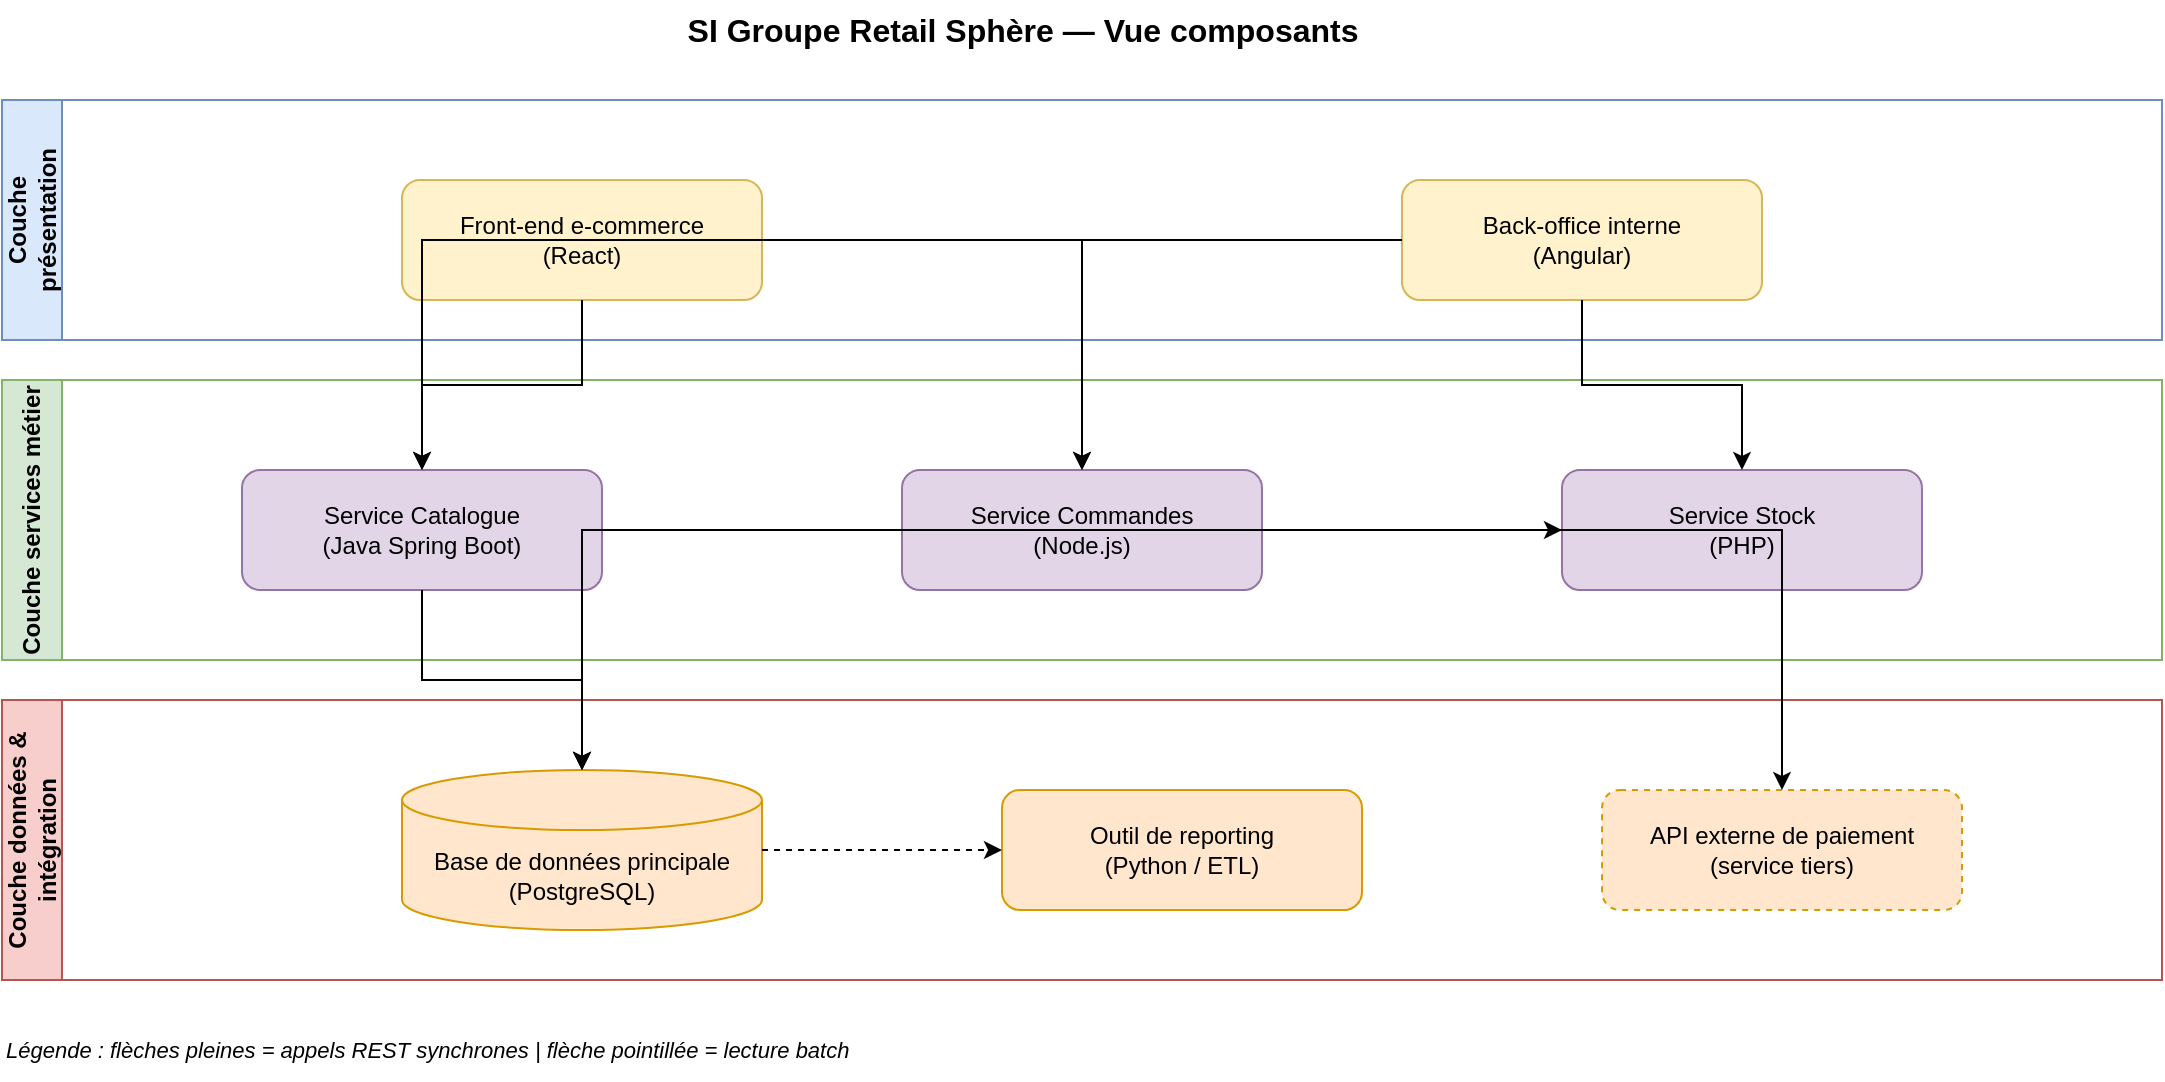
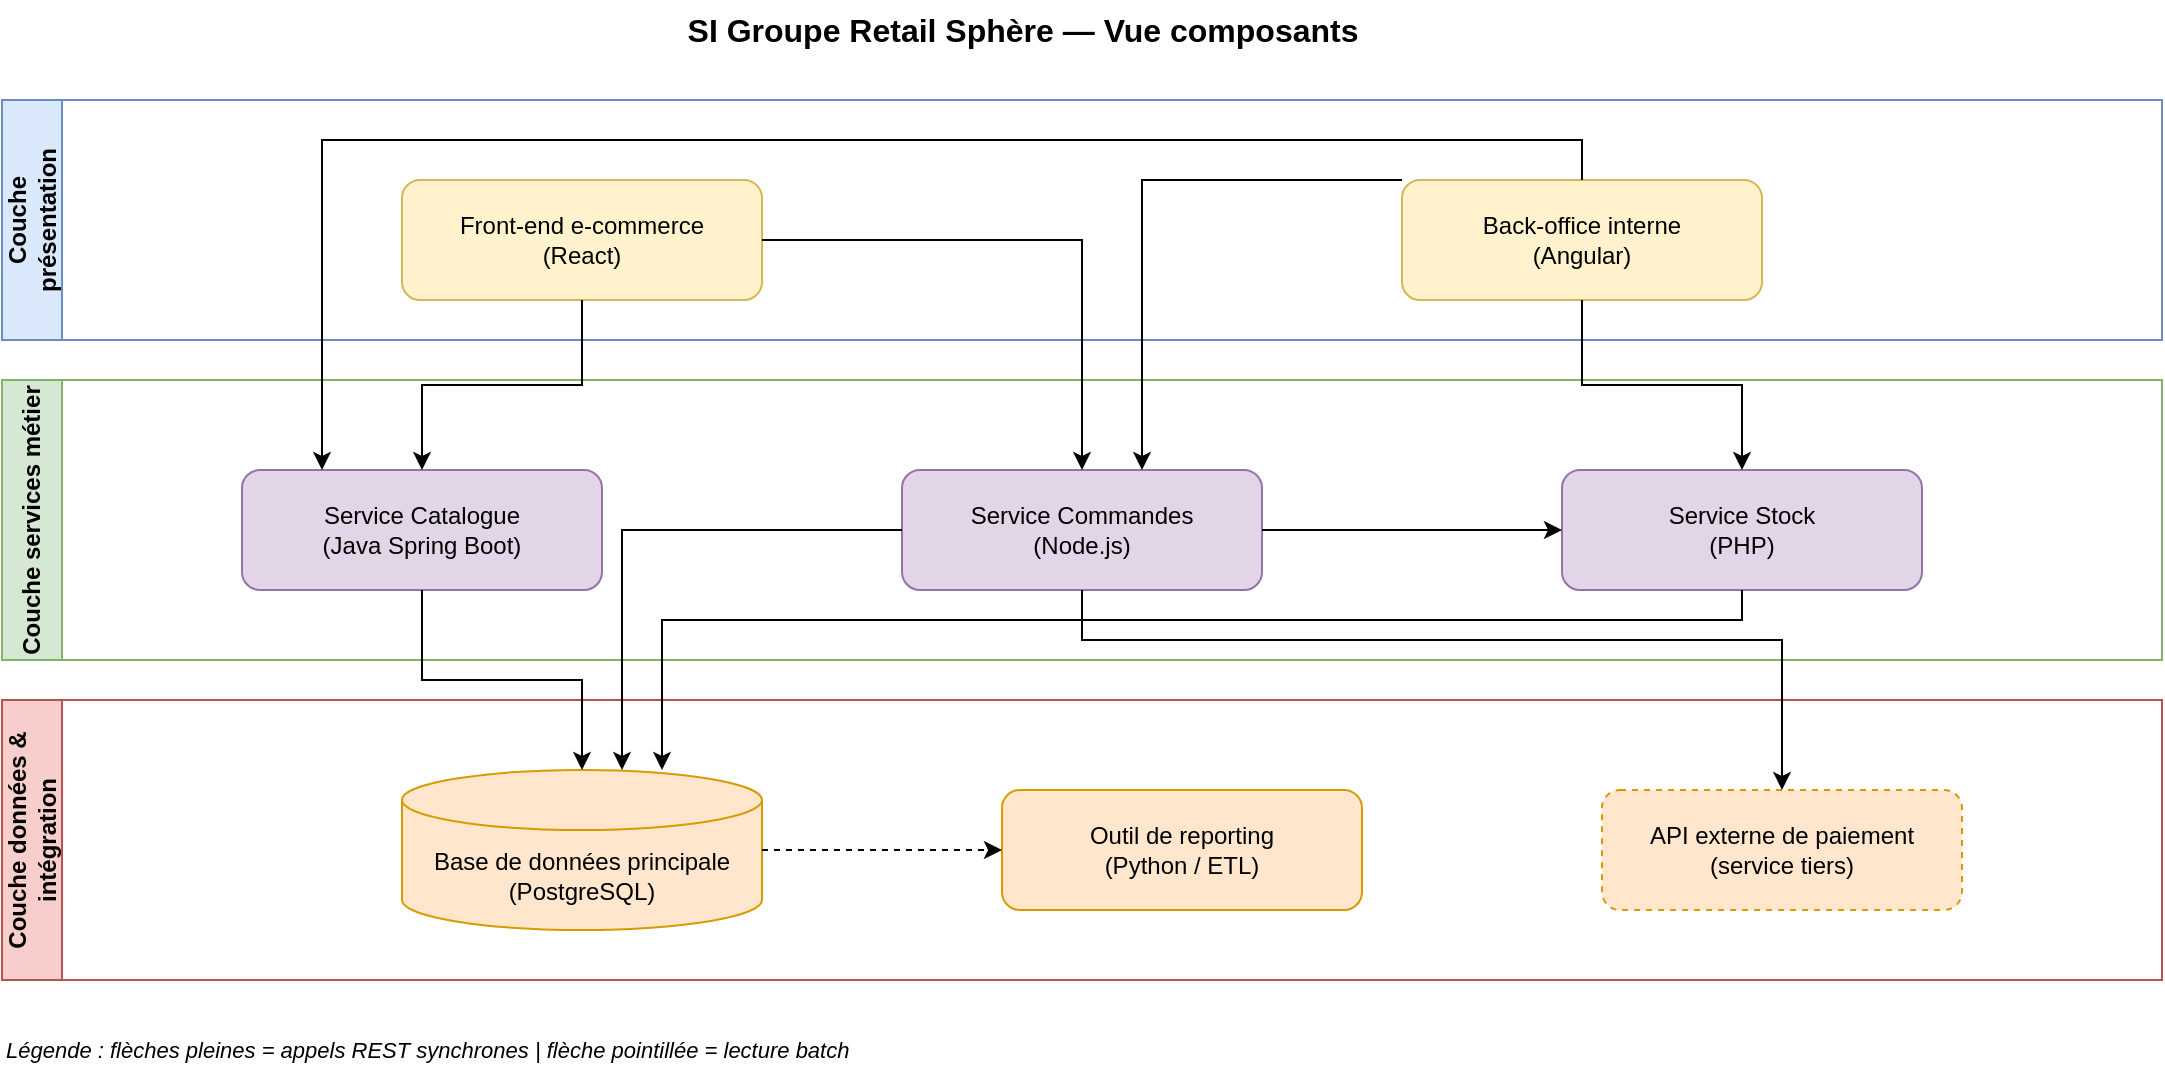
- <mxfile host="app.diagrams.net" agent="audit-si" version="22.1.0">
-   <diagram id="architecture-composants" name="Architecture composants">
-     <mxGraphModel dx="1200" dy="800" grid="1" gridSize="10" guides="1" tooltips="1" connect="1" arrows="1" fold="1" page="1" pageScale="1" pageWidth="1169" pageHeight="827" math="0" shadow="0">
-       <root>
-         <mxCell id="0"/>
-         <mxCell id="1" parent="0"/>
- 
-         <mxCell id="title" value="SI Groupe Retail Sphère — Vue composants" style="text;html=1;strokeColor=none;fillColor=none;align=center;verticalAlign=middle;fontSize=16;fontStyle=1" vertex="1" parent="1">
-           <mxGeometry x="300" y="20" width="500" height="30" as="geometry"/>
-         </mxCell>
- 
-         <mxCell id="layer-pres" value="Couche présentation" style="swimlane;horizontal=0;whiteSpace=wrap;html=1;fillColor=#dae8fc;strokeColor=#6c8ebf;fontStyle=1;startSize=30;" vertex="1" parent="1">
-           <mxGeometry x="40" y="70" width="1080" height="120" as="geometry"/>
-         </mxCell>
-         <mxCell id="frontend" value="Front-end e-commerce&#xa;(React)" style="rounded=1;whiteSpace=wrap;html=1;fillColor=#fff2cc;strokeColor=#d6b656;" vertex="1" parent="layer-pres">
-           <mxGeometry x="200" y="40" width="180" height="60" as="geometry"/>
-         </mxCell>
-         <mxCell id="backoffice" value="Back-office interne&#xa;(Angular)" style="rounded=1;whiteSpace=wrap;html=1;fillColor=#fff2cc;strokeColor=#d6b656;" vertex="1" parent="layer-pres">
-           <mxGeometry x="700" y="40" width="180" height="60" as="geometry"/>
-         </mxCell>
- 
-         <mxCell id="layer-svc" value="Couche services métier" style="swimlane;horizontal=0;whiteSpace=wrap;html=1;fillColor=#d5e8d4;strokeColor=#82b366;fontStyle=1;startSize=30;" vertex="1" parent="1">
-           <mxGeometry x="40" y="210" width="1080" height="140" as="geometry"/>
-         </mxCell>
-         <mxCell id="catalogue" value="Service Catalogue&#xa;(Java Spring Boot)" style="rounded=1;whiteSpace=wrap;html=1;fillColor=#e1d5e7;strokeColor=#9673a6;" vertex="1" parent="layer-svc">
-           <mxGeometry x="120" y="45" width="180" height="60" as="geometry"/>
-         </mxCell>
-         <mxCell id="commandes" value="Service Commandes&#xa;(Node.js)" style="rounded=1;whiteSpace=wrap;html=1;fillColor=#e1d5e7;strokeColor=#9673a6;" vertex="1" parent="layer-svc">
-           <mxGeometry x="450" y="45" width="180" height="60" as="geometry"/>
-         </mxCell>
-         <mxCell id="stock" value="Service Stock&#xa;(PHP)" style="rounded=1;whiteSpace=wrap;html=1;fillColor=#e1d5e7;strokeColor=#9673a6;" vertex="1" parent="layer-svc">
-           <mxGeometry x="780" y="45" width="180" height="60" as="geometry"/>
-         </mxCell>
- 
-         <mxCell id="layer-data" value="Couche données &amp; intégration" style="swimlane;horizontal=0;whiteSpace=wrap;html=1;fillColor=#f8cecc;strokeColor=#b85450;fontStyle=1;startSize=30;" vertex="1" parent="1">
-           <mxGeometry x="40" y="370" width="1080" height="140" as="geometry"/>
-         </mxCell>
-         <mxCell id="bdd" value="Base de données principale&#xa;(PostgreSQL)" style="shape=cylinder3;whiteSpace=wrap;html=1;boundedLbl=1;backgroundOutline=1;size=15;fillColor=#ffe6cc;strokeColor=#d79b00;" vertex="1" parent="layer-data">
-           <mxGeometry x="200" y="35" width="180" height="80" as="geometry"/>
-         </mxCell>
-         <mxCell id="reporting" value="Outil de reporting&#xa;(Python / ETL)" style="rounded=1;whiteSpace=wrap;html=1;fillColor=#ffe6cc;strokeColor=#d79b00;" vertex="1" parent="layer-data">
-           <mxGeometry x="500" y="45" width="180" height="60" as="geometry"/>
-         </mxCell>
-         <mxCell id="paiement" value="API externe de paiement&#xa;(service tiers)" style="rounded=1;whiteSpace=wrap;html=1;fillColor=#ffe6cc;strokeColor=#d79b00;dashed=1;" vertex="1" parent="layer-data">
-           <mxGeometry x="800" y="45" width="180" height="60" as="geometry"/>
-         </mxCell>
- 
-         <mxCell id="e1" style="edgeStyle=orthogonalEdgeStyle;rounded=0;orthogonalLoop=1;jettySize=auto;html=1;endArrow=classic;endFill=1;" edge="1" parent="1" source="frontend" target="catalogue">
-           <mxGeometry relative="1" as="geometry"/>
-         </mxCell>
-         <mxCell id="e2" style="edgeStyle=orthogonalEdgeStyle;rounded=0;orthogonalLoop=1;jettySize=auto;html=1;endArrow=classic;endFill=1;" edge="1" parent="1" source="frontend" target="commandes">
-           <mxGeometry relative="1" as="geometry"/>
-         </mxCell>
-         <mxCell id="e3" style="edgeStyle=orthogonalEdgeStyle;rounded=0;orthogonalLoop=1;jettySize=auto;html=1;endArrow=classic;endFill=1;" edge="1" parent="1" source="backoffice" target="catalogue">
-           <mxGeometry relative="1" as="geometry"/>
-         </mxCell>
-         <mxCell id="e4" style="edgeStyle=orthogonalEdgeStyle;rounded=0;orthogonalLoop=1;jettySize=auto;html=1;endArrow=classic;endFill=1;" edge="1" parent="1" source="backoffice" target="commandes">
-           <mxGeometry relative="1" as="geometry"/>
-         </mxCell>
-         <mxCell id="e5" style="edgeStyle=orthogonalEdgeStyle;rounded=0;orthogonalLoop=1;jettySize=auto;html=1;endArrow=classic;endFill=1;" edge="1" parent="1" source="backoffice" target="stock">
-           <mxGeometry relative="1" as="geometry"/>
-         </mxCell>
-         <mxCell id="e6" style="edgeStyle=orthogonalEdgeStyle;rounded=0;orthogonalLoop=1;jettySize=auto;html=1;endArrow=classic;endFill=1;" edge="1" parent="1" source="catalogue" target="bdd">
-           <mxGeometry relative="1" as="geometry"/>
-         </mxCell>
-         <mxCell id="e7" style="edgeStyle=orthogonalEdgeStyle;rounded=0;orthogonalLoop=1;jettySize=auto;html=1;endArrow=classic;endFill=1;" edge="1" parent="1" source="commandes" target="bdd">
-           <mxGeometry relative="1" as="geometry"/>
-         </mxCell>
-         <mxCell id="e8" style="edgeStyle=orthogonalEdgeStyle;rounded=0;orthogonalLoop=1;jettySize=auto;html=1;endArrow=classic;endFill=1;" edge="1" parent="1" source="commandes" target="stock">
-           <mxGeometry relative="1" as="geometry"/>
-         </mxCell>
-         <mxCell id="e9" style="edgeStyle=orthogonalEdgeStyle;rounded=0;orthogonalLoop=1;jettySize=auto;html=1;endArrow=classic;endFill=1;" edge="1" parent="1" source="commandes" target="paiement">
-           <mxGeometry relative="1" as="geometry"/>
-         </mxCell>
-         <mxCell id="e10" style="edgeStyle=orthogonalEdgeStyle;rounded=0;orthogonalLoop=1;jettySize=auto;html=1;endArrow=classic;endFill=1;" edge="1" parent="1" source="stock" target="bdd">
-           <mxGeometry relative="1" as="geometry"/>
-         </mxCell>
-         <mxCell id="e11" style="edgeStyle=orthogonalEdgeStyle;rounded=0;orthogonalLoop=1;jettySize=auto;html=1;endArrow=classic;endFill=1;dashed=1;" edge="1" parent="1" source="bdd" target="reporting">
-           <mxGeometry relative="1" as="geometry"/>
-         </mxCell>
- 
-         <mxCell id="legend" value="Légende : flèches pleines = appels REST synchrones | flèche pointillée = lecture batch" style="text;html=1;strokeColor=none;fillColor=none;align=left;verticalAlign=middle;fontSize=11;fontStyle=2" vertex="1" parent="1">
-           <mxGeometry x="40" y="530" width="600" height="30" as="geometry"/>
-         </mxCell>
-       </root>
-     </mxGraphModel>
-   </diagram>
- </mxfile>
+ <mxfile host="65bd71144e">
+     <diagram id="architecture-composants" name="Architecture composants">
+         <mxGraphModel dx="1194" dy="669" grid="1" gridSize="10" guides="1" tooltips="1" connect="1" arrows="1" fold="1" page="1" pageScale="1" pageWidth="1169" pageHeight="827" math="0" shadow="0">
+             <root>
+                 <mxCell id="0"/>
+                 <mxCell id="1" parent="0"/>
+                 <mxCell id="title" value="SI Groupe Retail Sphère — Vue composants" style="text;html=1;strokeColor=none;fillColor=none;align=center;verticalAlign=middle;fontSize=16;fontStyle=1" parent="1" vertex="1">
+                     <mxGeometry x="300" y="20" width="500" height="30" as="geometry"/>
+                 </mxCell>
+                 <mxCell id="layer-pres" value="Couche présentation" style="swimlane;horizontal=0;whiteSpace=wrap;html=1;fillColor=#dae8fc;strokeColor=#6c8ebf;fontStyle=1;startSize=30;" parent="1" vertex="1">
+                     <mxGeometry x="40" y="70" width="1080" height="120" as="geometry"/>
+                 </mxCell>
+                 <mxCell id="frontend" value="Front-end e-commerce&#10;(React)" style="rounded=1;whiteSpace=wrap;html=1;fillColor=#fff2cc;strokeColor=#d6b656;" parent="layer-pres" vertex="1">
+                     <mxGeometry x="200" y="40" width="180" height="60" as="geometry"/>
+                 </mxCell>
+                 <mxCell id="backoffice" value="Back-office interne&#10;(Angular)" style="rounded=1;whiteSpace=wrap;html=1;fillColor=#fff2cc;strokeColor=#d6b656;" parent="layer-pres" vertex="1">
+                     <mxGeometry x="700" y="40" width="180" height="60" as="geometry"/>
+                 </mxCell>
+                 <mxCell id="layer-svc" value="Couche services métier" style="swimlane;horizontal=0;whiteSpace=wrap;html=1;fillColor=#d5e8d4;strokeColor=#82b366;fontStyle=1;startSize=30;" parent="1" vertex="1">
+                     <mxGeometry x="40" y="210" width="1080" height="140" as="geometry"/>
+                 </mxCell>
+                 <mxCell id="catalogue" value="Service Catalogue&#10;(Java Spring Boot)" style="rounded=1;whiteSpace=wrap;html=1;fillColor=#e1d5e7;strokeColor=#9673a6;" parent="layer-svc" vertex="1">
+                     <mxGeometry x="120" y="45" width="180" height="60" as="geometry"/>
+                 </mxCell>
+                 <mxCell id="commandes" value="Service Commandes&#10;(Node.js)" style="rounded=1;whiteSpace=wrap;html=1;fillColor=#e1d5e7;strokeColor=#9673a6;" parent="layer-svc" vertex="1">
+                     <mxGeometry x="450" y="45" width="180" height="60" as="geometry"/>
+                 </mxCell>
+                 <mxCell id="stock" value="Service Stock&#10;(PHP)" style="rounded=1;whiteSpace=wrap;html=1;fillColor=#e1d5e7;strokeColor=#9673a6;" parent="layer-svc" vertex="1">
+                     <mxGeometry x="780" y="45" width="180" height="60" as="geometry"/>
+                 </mxCell>
+                 <mxCell id="layer-data" value="Couche données &amp; intégration" style="swimlane;horizontal=0;whiteSpace=wrap;html=1;fillColor=#f8cecc;strokeColor=#b85450;fontStyle=1;startSize=30;" parent="1" vertex="1">
+                     <mxGeometry x="40" y="370" width="1080" height="140" as="geometry"/>
+                 </mxCell>
+                 <mxCell id="bdd" value="Base de données principale&#10;(PostgreSQL)" style="shape=cylinder3;whiteSpace=wrap;html=1;boundedLbl=1;backgroundOutline=1;size=15;fillColor=#ffe6cc;strokeColor=#d79b00;" parent="layer-data" vertex="1">
+                     <mxGeometry x="200" y="35" width="180" height="80" as="geometry"/>
+                 </mxCell>
+                 <mxCell id="reporting" value="Outil de reporting&#10;(Python / ETL)" style="rounded=1;whiteSpace=wrap;html=1;fillColor=#ffe6cc;strokeColor=#d79b00;" parent="layer-data" vertex="1">
+                     <mxGeometry x="500" y="45" width="180" height="60" as="geometry"/>
+                 </mxCell>
+                 <mxCell id="paiement" value="API externe de paiement&#10;(service tiers)" style="rounded=1;whiteSpace=wrap;html=1;fillColor=#ffe6cc;strokeColor=#d79b00;dashed=1;" parent="layer-data" vertex="1">
+                     <mxGeometry x="800" y="45" width="180" height="60" as="geometry"/>
+                 </mxCell>
+                 <mxCell id="e1" style="edgeStyle=orthogonalEdgeStyle;rounded=0;orthogonalLoop=1;jettySize=auto;html=1;endArrow=classic;endFill=1;" parent="1" source="frontend" target="catalogue" edge="1">
+                     <mxGeometry relative="1" as="geometry"/>
+                 </mxCell>
+                 <mxCell id="e2" style="edgeStyle=orthogonalEdgeStyle;rounded=0;orthogonalLoop=1;jettySize=auto;html=1;endArrow=classic;endFill=1;" parent="1" source="frontend" target="commandes" edge="1">
+                     <mxGeometry relative="1" as="geometry"/>
+                 </mxCell>
+                 <mxCell id="e3" style="edgeStyle=orthogonalEdgeStyle;rounded=0;orthogonalLoop=1;jettySize=auto;html=1;endArrow=classic;endFill=1;" parent="1" source="backoffice" target="catalogue" edge="1">
+                     <mxGeometry relative="1" as="geometry">
+                         <Array as="points">
+                             <mxPoint x="830" y="90"/>
+                             <mxPoint x="200" y="90"/>
+                         </Array>
+                     </mxGeometry>
+                 </mxCell>
+                 <mxCell id="e4" style="edgeStyle=orthogonalEdgeStyle;rounded=0;orthogonalLoop=1;jettySize=auto;html=1;endArrow=classic;endFill=1;" parent="1" source="backoffice" target="commandes" edge="1">
+                     <mxGeometry relative="1" as="geometry">
+                         <Array as="points">
+                             <mxPoint x="610" y="110"/>
+                         </Array>
+                     </mxGeometry>
+                 </mxCell>
+                 <mxCell id="e5" style="edgeStyle=orthogonalEdgeStyle;rounded=0;orthogonalLoop=1;jettySize=auto;html=1;endArrow=classic;endFill=1;" parent="1" source="backoffice" target="stock" edge="1">
+                     <mxGeometry relative="1" as="geometry"/>
+                 </mxCell>
+                 <mxCell id="e6" style="edgeStyle=orthogonalEdgeStyle;rounded=0;orthogonalLoop=1;jettySize=auto;html=1;endArrow=classic;endFill=1;" parent="1" source="catalogue" target="bdd" edge="1">
+                     <mxGeometry relative="1" as="geometry"/>
+                 </mxCell>
+                 <mxCell id="e7" style="edgeStyle=orthogonalEdgeStyle;rounded=0;orthogonalLoop=1;jettySize=auto;html=1;endArrow=classic;endFill=1;" parent="1" source="commandes" target="bdd" edge="1">
+                     <mxGeometry relative="1" as="geometry">
+                         <Array as="points">
+                             <mxPoint x="350" y="285"/>
+                         </Array>
+                     </mxGeometry>
+                 </mxCell>
+                 <mxCell id="e8" style="edgeStyle=orthogonalEdgeStyle;rounded=0;orthogonalLoop=1;jettySize=auto;html=1;endArrow=classic;endFill=1;" parent="1" source="commandes" target="stock" edge="1">
+                     <mxGeometry relative="1" as="geometry"/>
+                 </mxCell>
+                 <mxCell id="e9" style="edgeStyle=orthogonalEdgeStyle;rounded=0;orthogonalLoop=1;jettySize=auto;html=1;endArrow=classic;endFill=1;" parent="1" source="commandes" target="paiement" edge="1">
+                     <mxGeometry relative="1" as="geometry">
+                         <Array as="points">
+                             <mxPoint x="580" y="340"/>
+                             <mxPoint x="930" y="340"/>
+                         </Array>
+                     </mxGeometry>
+                 </mxCell>
+                 <mxCell id="e10" style="edgeStyle=orthogonalEdgeStyle;rounded=0;orthogonalLoop=1;jettySize=auto;html=1;endArrow=classic;endFill=1;" parent="1" source="stock" target="bdd" edge="1">
+                     <mxGeometry relative="1" as="geometry">
+                         <Array as="points">
+                             <mxPoint x="910" y="330"/>
+                             <mxPoint x="370" y="330"/>
+                         </Array>
+                     </mxGeometry>
+                 </mxCell>
+                 <mxCell id="e11" style="edgeStyle=orthogonalEdgeStyle;rounded=0;orthogonalLoop=1;jettySize=auto;html=1;endArrow=classic;endFill=1;dashed=1;" parent="1" source="bdd" target="reporting" edge="1">
+                     <mxGeometry relative="1" as="geometry"/>
+                 </mxCell>
+                 <mxCell id="legend" value="Légende : flèches pleines = appels REST synchrones | flèche pointillée = lecture batch" style="text;html=1;strokeColor=none;fillColor=none;align=left;verticalAlign=middle;fontSize=11;fontStyle=2" parent="1" vertex="1">
+                     <mxGeometry x="40" y="530" width="600" height="30" as="geometry"/>
+                 </mxCell>
+             </root>
+         </mxGraphModel>
+     </diagram>
+ </mxfile>